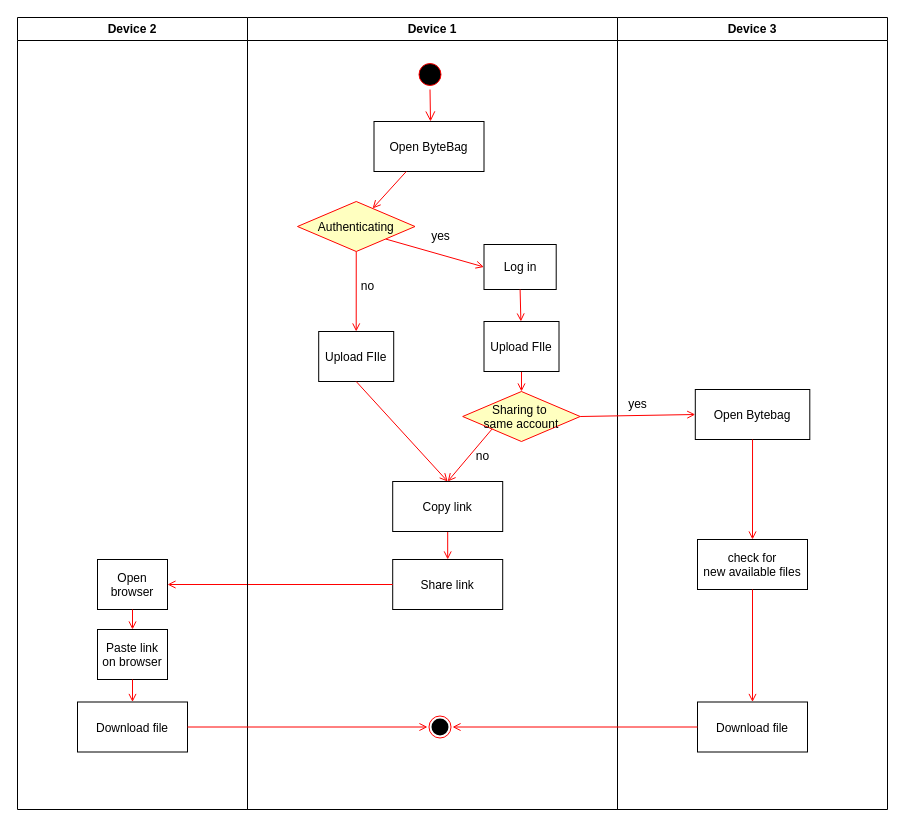
Before: 721/ByteBag_Activity_Diagram.drawio in kauer3/bit, a draw.io diagram. Source tidied: cells renumbered, new cells numbered last; positions are measured from the earlier drawing's top-left corner, leaving out a move shared by most shapes. Both pictures are drawn from the tidied source at 100%, with x=0, y=0 at pixel (17, 17).
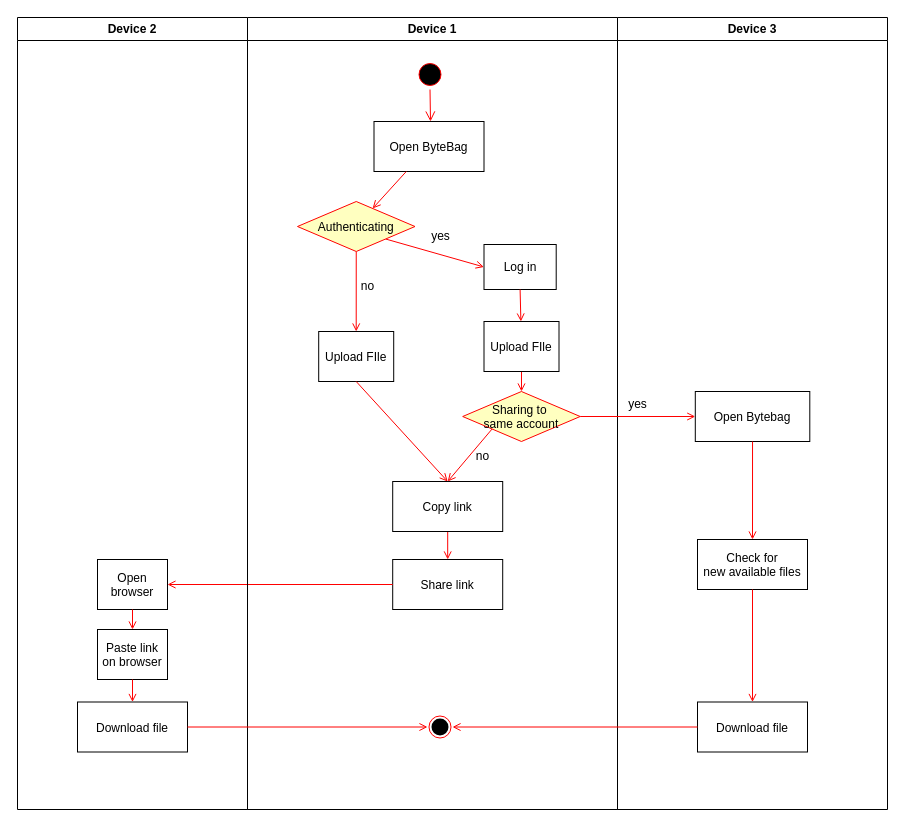
Above is the later version.

The change refers to these unchanged cells:
```xml
<mxCell id="26" value="Device 3" style="swimlane;whiteSpace=wrap;" parent="1" vertex="1">
  <mxGeometry x="600" width="270" height="792" as="geometry" />
</mxCell>
```

Change to the diagram source:
```diff
@@
     <mxCell id="27" value="Open Bytebag" parent="26" vertex="1">
-      <mxGeometry x="77.8" y="372" width="114.5" height="50" as="geometry" />
+      <mxGeometry x="77.8" y="374" width="114.5" height="50" as="geometry" />
     </mxCell>
-    <mxCell id="28" value="check for &#10;new available files" parent="26" vertex="1">
+    <mxCell id="28" value="Check for &#10;new available files" parent="26" vertex="1">
       <mxGeometry x="80" y="522" width="110" height="50" as="geometry" />
     </mxCell>
```
